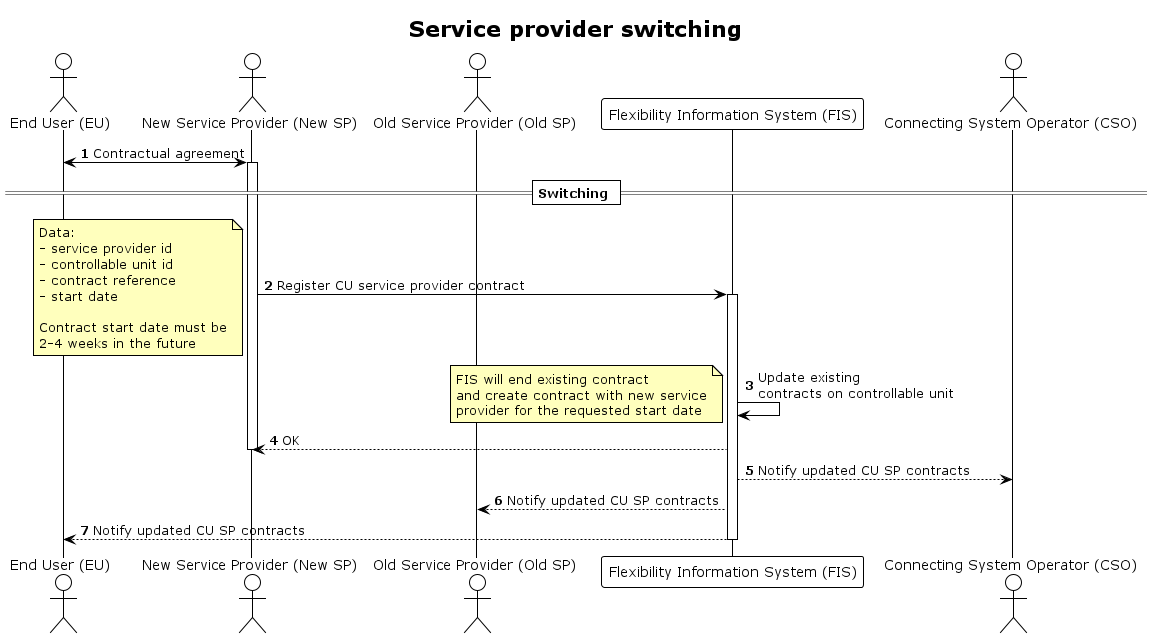
This is docs/diagrams/service_provider_switching.png from elhub/flex-information-system, a PlantUML export, as it was before one commit.
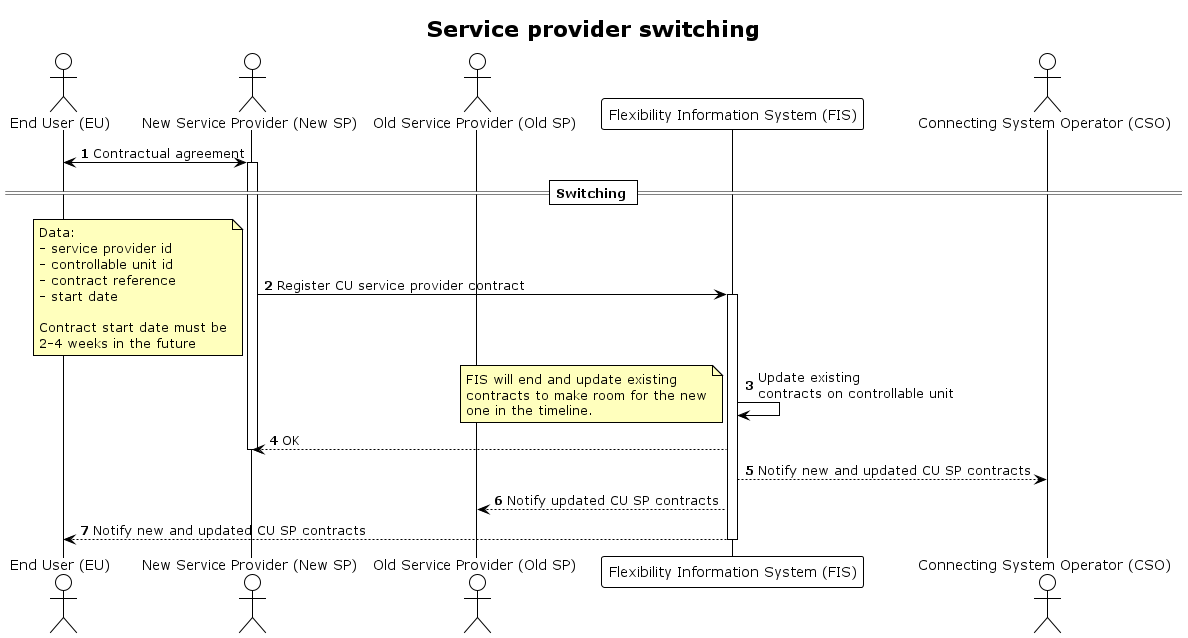
After the change.

Commit message:
Oppdatert CU Lookup og Switching

The edit, as a diff of the source:
```diff
@@ -36,17 +36,17 @@
 
 FIS -> FIS: Update existing\ncontracts on controllable unit
 note left
-    FIS will end existing contract
-    and create contract with new service
-    provider for the requested start date
+    FIS will end and update existing
+    contracts to make room for the new
+    one in the timeline.
 end note
 
 FIS --> SP_NEW: OK
 deactivate SP_NEW
 
-FIS --> CSO: Notify updated CU SP contracts
+FIS --> CSO: Notify new and updated CU SP contracts
 FIS --> SP_OLD: Notify updated CU SP contracts
-FIS --> EU : Notify updated CU SP contracts
+FIS --> EU: Notify new and updated CU SP contracts
 
 deactivate FIS
 
```
